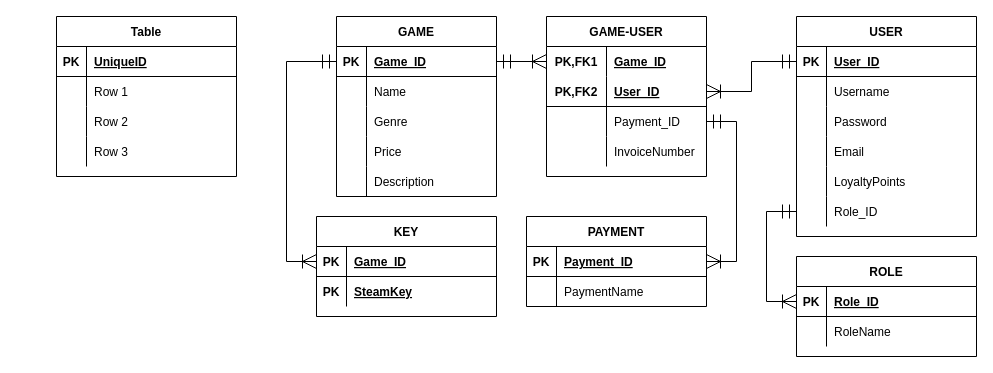
Above: Diagram/GameShopDiagram.drawio in OSS-Java-Seminar/GameShop (draw.io), before the change. Source tidied: cells renumbered, new cells numbered last; positions are measured from the earlier drawing's top-left corner, leaving out a move shared by most shapes. Both pictures are drawn from the tidied source at 100%, with x=0, y=0 at pixel (56, 16).
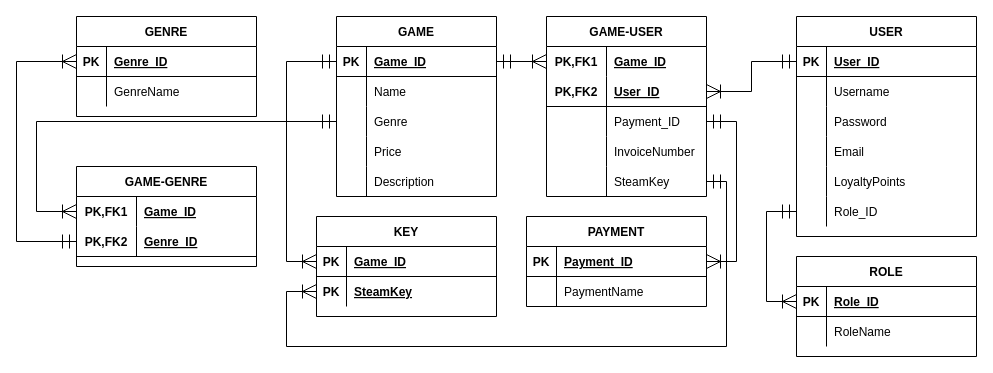
After the change.

The change refers to these unchanged cells:
```xml
<mxCell id="9" style="shape=partialRectangle;fillColor=none;top=0;left=0;bottom=0;right=0;points=[[0,0.5],[1,0.5]];portConstraint=eastwest;" parent="2" vertex="1">
  <mxGeometry y="90" width="160" height="30" as="geometry" />
</mxCell>
<mxCell id="72" style="shape=partialRectangle;fillColor=none;top=0;left=0;bottom=0;right=0;points=[[0,0.5],[1,0.5]];portConstraint=eastwest;fontColor=default;strokeColor=default;fontStyle=1;" parent="68" vertex="1">
  <mxGeometry y="60" width="180" height="30" as="geometry" />
</mxCell>
<mxCell id="77" style="shape=partialRectangle;fillColor=none;top=0;left=0;bottom=1;right=0;points=[[0,0.5],[1,0.5]];portConstraint=eastwest;" parent="76" vertex="1">
  <mxGeometry y="30" width="180" height="30" as="geometry" />
</mxCell>
<mxCell id="80" style="shape=partialRectangle;fillColor=none;top=0;left=0;bottom=0;right=0;" parent="76" vertex="1">
  <mxGeometry y="60" width="180" height="30" as="geometry" />
</mxCell>
```

What changed in the source:
```diff
@@
     <mxCell id="19" value="GAME-USER" style="shape=table;startSize=30;childLayout=tableLayout;rowLines=0;fontStyle=1;align=center;fontColor=default;strokeColor=default;fillColor=default;" parent="1" vertex="1">
-      <mxGeometry x="490" width="160" height="160" as="geometry" />
+      <mxGeometry x="490" width="160" height="180" as="geometry" />
     </mxCell>
@@
+    <mxCell id="89" style="shape=partialRectangle;fillColor=none;top=0;left=0;bottom=0;right=0;points=[[0,0.5],[1,0.5]];portConstraint=eastwest;" parent="19" vertex="1">
+      <mxGeometry y="150" width="160" height="30" as="geometry" />
+    </mxCell>
+    <mxCell id="90" style="shape=partialRectangle;fillColor=none;top=0;left=0;bottom=0;right=0;overflow=hidden;" parent="89" vertex="1">
+      <mxGeometry width="60" height="30" as="geometry" />
+    </mxCell>
+    <mxCell id="91" value="SteamKey" style="shape=partialRectangle;fillColor=none;top=0;left=0;bottom=0;right=0;align=left;spacingLeft=6;overflow=hidden;" parent="89" vertex="1">
+      <mxGeometry x="60" width="100" height="30" as="geometry" />
+    </mxCell>
@@
-    <mxCell id="76" value="Table" style="shape=table;startSize=30;childLayout=tableLayout;rowLines=0;fontStyle=1;align=center;" parent="1" vertex="1">
-      <mxGeometry width="180" height="160" as="geometry" />
+    <mxCell id="76" value="GENRE" style="shape=table;startSize=30;childLayout=tableLayout;rowLines=0;fontStyle=1;align=center;" parent="1" vertex="1">
+      <mxGeometry x="20" width="180" height="100" as="geometry" />
     </mxCell>
@@
-    <mxCell id="79" value="UniqueID" style="shape=partialRectangle;fillColor=none;top=0;left=0;bottom=0;right=0;align=left;spacingLeft=6;fontStyle=5;overflow=hidden;" parent="77" vertex="1">
+    <mxCell id="79" value="Genre_ID" style="shape=partialRectangle;fillColor=none;top=0;left=0;bottom=0;right=0;align=left;spacingLeft=6;fontStyle=5;overflow=hidden;" parent="77" vertex="1">
       <mxGeometry x="30" width="150" height="30" as="geometry" />
     </mxCell>
@@
-    <mxCell id="82" value="Row 1" style="shape=partialRectangle;fillColor=none;top=0;left=0;bottom=0;right=0;align=left;spacingLeft=6;overflow=hidden;" parent="80" vertex="1">
+    <mxCell id="82" value="GenreName" style="shape=partialRectangle;fillColor=none;top=0;left=0;bottom=0;right=0;align=left;spacingLeft=6;overflow=hidden;" parent="80" vertex="1">
       <mxGeometry x="30" width="150" height="30" as="geometry" />
     </mxCell>
-    <mxCell id="83" style="shape=partialRectangle;fillColor=none;top=0;left=0;bottom=0;right=0;" parent="76" vertex="1">
-      <mxGeometry y="90" width="180" height="30" as="geometry" />
-    </mxCell>
-    <mxCell id="84" style="shape=partialRectangle;fillColor=none;top=0;left=0;bottom=0;right=0;overflow=hidden;" parent="83" vertex="1">
-      <mxGeometry width="30" height="30" as="geometry" />
-    </mxCell>
-    <mxCell id="85" value="Row 2" style="shape=partialRectangle;fillColor=none;top=0;left=0;bottom=0;right=0;align=left;spacingLeft=6;overflow=hidden;" parent="83" vertex="1">
-      <mxGeometry x="30" width="150" height="30" as="geometry" />
-    </mxCell>
-    <mxCell id="86" style="shape=partialRectangle;fillColor=none;top=0;left=0;bottom=0;right=0;" parent="76" vertex="1">
-      <mxGeometry y="120" width="180" height="30" as="geometry" />
-    </mxCell>
-    <mxCell id="87" style="shape=partialRectangle;fillColor=none;top=0;left=0;bottom=0;right=0;overflow=hidden;" parent="86" vertex="1">
-      <mxGeometry width="30" height="30" as="geometry" />
-    </mxCell>
-    <mxCell id="88" value="Row 3" style="shape=partialRectangle;fillColor=none;top=0;left=0;bottom=0;right=0;align=left;spacingLeft=6;overflow=hidden;" parent="86" vertex="1">
-      <mxGeometry x="30" width="150" height="30" as="geometry" />
-    </mxCell>
+    <mxCell id="92" value="GAME-GENRE" style="shape=table;startSize=30;childLayout=tableLayout;rowLines=0;fontStyle=1;align=center;" parent="1" vertex="1">
+      <mxGeometry x="20" y="150" width="180" height="100" as="geometry" />
+    </mxCell>
+    <mxCell id="93" style="shape=partialRectangle;fillColor=none;top=0;left=0;bottom=0;right=0;points=[[0,0.5],[1,0.5]];portConstraint=eastwest;" parent="92" vertex="1">
+      <mxGeometry y="30" width="180" height="30" as="geometry" />
+    </mxCell>
+    <mxCell id="94" value="PK,FK1" style="shape=partialRectangle;fillColor=none;top=0;left=0;bottom=0;right=0;fontStyle=1;overflow=hidden;" parent="93" vertex="1">
+      <mxGeometry width="60" height="30" as="geometry" />
+    </mxCell>
+    <mxCell id="95" value="Game_ID" style="shape=partialRectangle;fillColor=none;top=0;left=0;bottom=0;right=0;align=left;spacingLeft=6;fontStyle=5;overflow=hidden;" parent="93" vertex="1">
+      <mxGeometry x="60" width="120" height="30" as="geometry" />
+    </mxCell>
+    <mxCell id="96" style="shape=partialRectangle;fillColor=none;top=0;left=0;bottom=1;right=0;points=[[0,0.5],[1,0.5]];portConstraint=eastwest;" parent="92" vertex="1">
+      <mxGeometry y="60" width="180" height="30" as="geometry" />
+    </mxCell>
+    <mxCell id="97" value="PK,FK2" style="shape=partialRectangle;fillColor=none;top=0;left=0;bottom=0;right=0;fontStyle=1;overflow=hidden;" parent="96" vertex="1">
+      <mxGeometry width="60" height="30" as="geometry" />
+    </mxCell>
+    <mxCell id="98" value="Genre_ID" style="shape=partialRectangle;fillColor=none;top=0;left=0;bottom=0;right=0;align=left;spacingLeft=6;fontStyle=5;overflow=hidden;" parent="96" vertex="1">
+      <mxGeometry x="60" width="120" height="30" as="geometry" />
+    </mxCell>
+    <mxCell id="99" style="fontSize=12;html=1;endArrow=ERoneToMany;startArrow=ERmandOne;rounded=0;fontColor=default;strokeColor=default;labelBackgroundColor=default;endSize=12;startSize=12;entryX=0;entryY=0.5;entryDx=0;entryDy=0;labelPosition=center;verticalLabelPosition=middle;align=center;verticalAlign=top;horizontal=1;exitX=0;exitY=0.5;exitDx=0;exitDy=0;edgeStyle=orthogonalEdgeStyle;" parent="1" edge="1" source="9" target="93">
+      <mxGeometry relative="1" as="geometry">
+        <Array as="points">
+          <mxPoint x="-20" y="105" />
+          <mxPoint x="-20" y="195" />
+        </Array>
+      </mxGeometry>
+    </mxCell>
+    <mxCell id="100" style="fontSize=12;html=1;endArrow=ERoneToMany;startArrow=ERmandOne;rounded=0;fontColor=default;strokeColor=default;labelBackgroundColor=default;endSize=12;startSize=12;entryX=0;entryY=0.5;entryDx=0;entryDy=0;labelPosition=center;verticalLabelPosition=middle;align=center;verticalAlign=top;horizontal=1;exitX=0;exitY=0.5;exitDx=0;exitDy=0;edgeStyle=orthogonalEdgeStyle;" parent="1" edge="1" source="96" target="77">
+      <mxGeometry relative="1" as="geometry">
+        <Array as="points">
+          <mxPoint x="-40" y="225" />
+          <mxPoint x="-40" y="45" />
+        </Array>
+      </mxGeometry>
+    </mxCell>
+    <mxCell id="101" style="fontSize=12;html=1;endArrow=ERoneToMany;startArrow=ERmandOne;rounded=0;fontColor=default;strokeColor=default;labelBackgroundColor=default;endSize=12;startSize=12;entryX=0;entryY=0.5;entryDx=0;entryDy=0;labelPosition=center;verticalLabelPosition=middle;align=center;verticalAlign=top;horizontal=1;exitX=1;exitY=0.5;exitDx=0;exitDy=0;edgeStyle=orthogonalEdgeStyle;" parent="1" edge="1" source="89" target="72">
+      <mxGeometry relative="1" as="geometry">
+        <Array as="points">
+          <mxPoint x="670" y="165" />
+          <mxPoint x="670" y="330" />
+          <mxPoint x="230" y="330" />
+          <mxPoint x="230" y="275" />
+        </Array>
+      </mxGeometry>
+    </mxCell>
```
